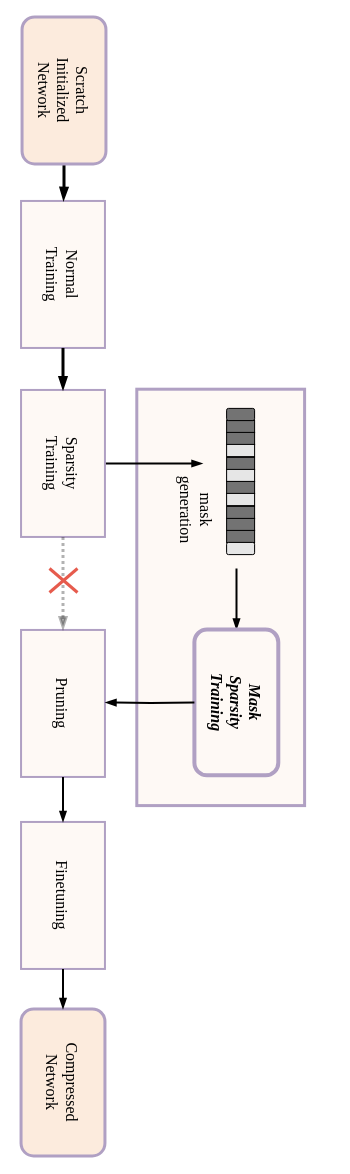
Above: Untitled Diagram.drawio in AAAAAAAyq/Personal-Studying (draw.io), before the change. Source tidied: cells renumbered, new cells numbered last; positions are measured from the earlier drawing's top-left corner, leaving out a move shared by most shapes. Both pictures are drawn from the tidied source at 100%, with x=0, y=0 at pixel (-395, 48).
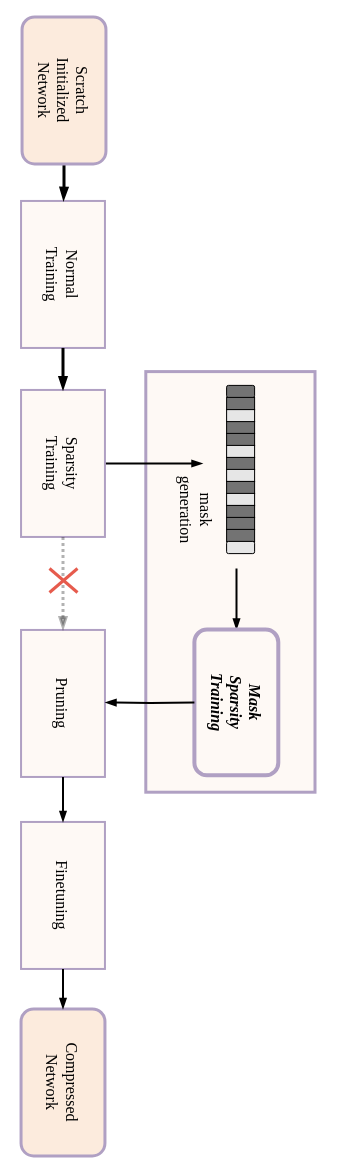
After the change.

Unchanged cells that the change refers to:
```xml
<mxCell id="2" style="group;rotation=90;direction=east;" parent="1" vertex="1">
  <mxGeometry y="379" width="1139" height="316" as="geometry" />
</mxCell>
```

Change to the diagram source:
```diff
@@
     <mxCell id="3" style="rounded=0;whiteSpace=wrap;html=1;shadow=0;glass=0;sketch=0;fontFamily=Times New Roman;fontSize=16;strokeWidth=3;direction=east;rotation=90;fillColor=#FEF9F5;strokeColor=#B0A0C3;" parent="2" vertex="1">
-      <mxGeometry x="407" y="86" width="416.4" height="167.8" as="geometry" />
+      <mxGeometry x="414.6" y="69.8" width="420.6" height="169.2" as="geometry" />
     </mxCell>
@@
     <mxCell id="19" style="whiteSpace=wrap;html=1;fontFamily=Times New Roman;fontSize=16;strokeWidth=1;fillColor=#737373;direction=east;rotation=90;" parent="2" vertex="1">
-      <mxGeometry x="629" y="-15" width="12.2" height="28" as="geometry" />
+      <mxGeometry x="629" y="-14" width="12.2" height="28" as="geometry" />
     </mxCell>
     <mxCell id="20" style="whiteSpace=wrap;html=1;fontFamily=Times New Roman;fontSize=16;strokeWidth=1;fillColor=#737373;direction=east;rotation=90;" parent="2" vertex="1">
-      <mxGeometry x="629" y="-3" width="12.2" height="28" as="geometry" />
+      <mxGeometry x="629" y="-2" width="12.2" height="28" as="geometry" />
     </mxCell>
     <mxCell id="21" style="whiteSpace=wrap;html=1;fontFamily=Times New Roman;fontSize=16;strokeWidth=1;fillColor=#E6E6E6;direction=east;rotation=90;" parent="2" vertex="1">
-      <mxGeometry x="629" y="9" width="12.2" height="28" as="geometry" />
+      <mxGeometry x="629" y="10" width="12.2" height="28" as="geometry" />
     </mxCell>
@@
     <mxCell id="26" style="whiteSpace=wrap;html=1;fontFamily=Times New Roman;fontSize=16;strokeWidth=1;fillColor=#737373;direction=east;rotation=90;" parent="2" vertex="1">
-      <mxGeometry x="629" y="71" width="12.2" height="28" as="geometry" />
+      <mxGeometry x="629" y="70" width="12.2" height="28" as="geometry" />
     </mxCell>
     <mxCell id="27" style="whiteSpace=wrap;html=1;fontFamily=Times New Roman;fontSize=16;strokeWidth=1;rounded=1;fillColor=#737373;direction=east;rotation=90;" parent="2" vertex="1">
-      <mxGeometry x="629" y="-27" width="12.2" height="28" as="geometry" />
+      <mxGeometry x="629" y="-50" width="12.2" height="28" as="geometry" />
     </mxCell>
     <mxCell id="28" style="whiteSpace=wrap;html=1;fontFamily=Times New Roman;fontSize=16;strokeWidth=1;fillColor=#737373;direction=east;rotation=90;" parent="2" vertex="1">
-      <mxGeometry x="629" y="83" width="12.2" height="28" as="geometry" />
+      <mxGeometry x="629" y="82" width="12.2" height="28" as="geometry" />
     </mxCell>
     <mxCell id="29" style="whiteSpace=wrap;html=1;fontFamily=Times New Roman;fontSize=16;strokeWidth=1;fillColor=#737373;direction=east;rotation=90;" parent="2" vertex="1">
-      <mxGeometry x="629" y="95" width="12.2" height="28" as="geometry" />
+      <mxGeometry x="629" y="94" width="12.2" height="28" as="geometry" />
     </mxCell>
     <mxCell id="30" style="whiteSpace=wrap;html=1;fontFamily=Times New Roman;fontSize=16;strokeWidth=1;rounded=1;glass=0;sketch=0;shadow=0;fillColor=#E6E6E6;direction=east;rotation=90;" parent="2" vertex="1">
-      <mxGeometry x="629" y="107" width="12.2" height="28" as="geometry" />
+      <mxGeometry x="629" y="106" width="12.2" height="28" as="geometry" />
     </mxCell>
@@
+    <mxCell id="34" style="whiteSpace=wrap;html=1;fontFamily=Times New Roman;fontSize=16;strokeWidth=1;fillColor=#E6E6E6;direction=east;rotation=90;" parent="2" vertex="1">
+      <mxGeometry x="629" y="-26" width="12.2" height="28" as="geometry" />
+    </mxCell>
+    <mxCell id="35" style="whiteSpace=wrap;html=1;fontFamily=Times New Roman;fontSize=16;strokeWidth=1;fillColor=#737373;direction=east;rotation=90;" parent="2" vertex="1">
+      <mxGeometry x="629" y="-38" width="12.2" height="28" as="geometry" />
+    </mxCell>
```
